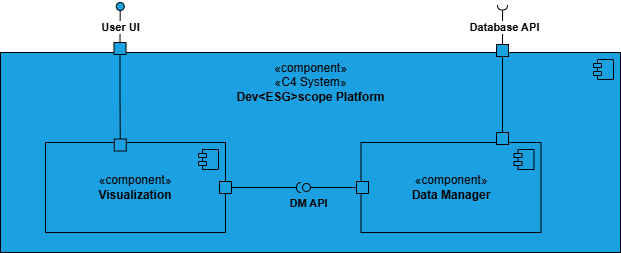
This is frontmatter/assets/diagrams/Logical View/Logical View Lv2.drawio.png from matilde-varela/ISEP-PESTI-Report-2025, a draw.io export, as it was before one commit. Source tidied: cells renumbered, new cells last; positions are measured from the earlier drawing's top-left corner, leaving out a move shared by most shapes. Source of this version:
```xml
<mxGraphModel>
  <root>
    <mxCell id="0" />
    <mxCell id="1" parent="0" />
    <mxCell id="2" style="html=1;whiteSpace=wrap;fillColor=#1ba1e2;fontColor=#ffffff;strokeColor=light-dark(#000000, #51afe7);" parent="1" vertex="1">
      <mxGeometry y="50" width="620" height="200" as="geometry" />
    </mxCell>
    <mxCell id="3" style="shape=module;jettyWidth=8;jettyHeight=4;fillColor=#1ba1e2;fontColor=#ffffff;strokeColor=#000000;" parent="2" vertex="1">
      <mxGeometry x="1" width="20" height="20" relative="1" as="geometry">
        <mxPoint x="-27" y="7" as="offset" />
      </mxGeometry>
    </mxCell>
    <mxCell id="4" value="«component»&lt;br&gt;«C4 System»&lt;br&gt;&lt;b&gt;Dev&amp;lt;ESG&amp;gt;scope Platform&lt;/b&gt;" style="text;align=center;verticalAlign=middle;strokeColor=none;fillColor=none;html=1;" parent="1" vertex="1">
      <mxGeometry x="225" y="50" width="170" height="60" as="geometry" />
    </mxCell>
    <mxCell id="5" style="group;fillColor=#1ba1e2;fontColor=#ffffff;strokeColor=none;" parent="1" vertex="1">
      <mxGeometry x="45" y="140" width="239" height="90" as="geometry" />
    </mxCell>
    <mxCell id="6" value="«component»&lt;br&gt;&lt;b&gt;Visualization&lt;/b&gt;" style="html=1;whiteSpace=wrap;fillColor=#1ba1e2;fontColor=light-dark(#000000, #121212);strokeColor=light-dark(#000000, #51afe7);" parent="5" vertex="1">
      <mxGeometry width="180" height="90" as="geometry" />
    </mxCell>
    <mxCell id="7" style="shape=module;jettyWidth=8;jettyHeight=4;fillColor=#1ba1e2;fontColor=light-dark(#000000, #121212);strokeColor=light-dark(#000000, #51afe7);" parent="6" vertex="1">
      <mxGeometry x="1" width="20" height="20" relative="1" as="geometry">
        <mxPoint x="-27" y="7" as="offset" />
      </mxGeometry>
    </mxCell>
    <mxCell id="8" style="fontStyle=0;labelPosition=right;verticalLabelPosition=middle;align=left;verticalAlign=middle;spacingLeft=2;direction=south;fillColor=#1ba1e2;fontColor=#000000;strokeColor=#000000;" parent="5" vertex="1">
      <mxGeometry x="174" y="39" width="12" height="12" as="geometry" />
    </mxCell>
    <mxCell id="9" style="html=1;rounded=0;strokeColor=light-dark(#000000, #51afe7);align=center;verticalAlign=middle;fontFamily=Helvetica;fontSize=12;fontColor=#ffffff;fillColor=#1ba1e2;" parent="5" vertex="1">
      <mxGeometry x="174" y="39" width="12" height="12" as="geometry" />
    </mxCell>
    <mxCell id="10" style="fontStyle=0;labelPosition=right;verticalLabelPosition=middle;align=left;verticalAlign=middle;spacingLeft=2;direction=south;fillColor=#1ba1e2;fontColor=#ffffff;strokeColor=light-dark(#000000, #51afe7);" parent="1" vertex="1">
      <mxGeometry x="113.5" y="40" width="12" height="12" as="geometry" />
    </mxCell>
    <mxCell id="11" style="fontStyle=0;labelPosition=right;verticalLabelPosition=middle;align=left;verticalAlign=middle;spacingLeft=2;direction=south;fillColor=#1ba1e2;fontColor=light-dark(#000000, #121212);strokeColor=#030303;" parent="1" vertex="1">
      <mxGeometry x="113.8" y="136.5" width="12" height="12" as="geometry" />
    </mxCell>
    <mxCell id="12" style="edgeStyle=orthogonalEdgeStyle;rounded=0;jettySize=auto;html=1;entryX=0;entryY=0.5;entryDx=0;entryDy=0;endArrow=none;startFill=0;" parent="1" edge="1" source="10" target="11">
      <mxGeometry relative="1" as="geometry" />
    </mxCell>
    <mxCell id="13" style="endArrow=none;html=1;rounded=0;align=center;verticalAlign=top;endFill=0;labelBackgroundColor=none;endSize=2;entryX=0;entryY=0.5;entryDx=0;entryDy=0;" parent="1" edge="1" source="15" target="10">
      <mxGeometry relative="1" as="geometry" />
    </mxCell>
    <mxCell id="14" value="&lt;b&gt;User UI&lt;/b&gt;" style="edgeLabel;html=1;align=center;verticalAlign=middle;" parent="13" vertex="1">
      <mxGeometry x="0.06" relative="1" as="geometry" />
    </mxCell>
    <mxCell id="15" style="ellipse;html=1;fontSize=11;align=center;fillColor=#1ba1e2;points=[];verticalAlign=bottom;labelPosition=center;verticalLabelPosition=top;flipH=1;rotation=-140;fontColor=#ffffff;strokeColor=default;perimeterSpacing=0;" parent="1" vertex="1">
      <mxGeometry x="115.8" width="8" height="8" as="geometry" />
    </mxCell>
    <mxCell id="16" style="group;fillColor=#1ba1e2;fontColor=light-dark(#000000, #121212);strokeColor=none;" parent="1" vertex="1">
      <mxGeometry x="356" y="140" width="184.5" height="90" as="geometry" />
    </mxCell>
    <mxCell id="17" value="«component»&lt;br&gt;&lt;b&gt;Data Manager&lt;/b&gt;" style="html=1;whiteSpace=wrap;fillColor=#1ba1e2;fontColor=light-dark(#000000, #121212);strokeColor=light-dark(#000000, #51afe7);" parent="16" vertex="1">
      <mxGeometry x="4.5" width="180" height="90" as="geometry" />
    </mxCell>
    <mxCell id="18" style="shape=module;jettyWidth=8;jettyHeight=4;fillColor=#1ba1e2;fontColor=#ffffff;strokeColor=light-dark(#000000, #51afe7);" parent="17" vertex="1">
      <mxGeometry x="1" width="20" height="20" relative="1" as="geometry">
        <mxPoint x="-27" y="7" as="offset" />
      </mxGeometry>
    </mxCell>
    <mxCell id="19" style="fontStyle=0;labelPosition=right;verticalLabelPosition=middle;align=left;verticalAlign=middle;spacingLeft=2;direction=south;fillColor=#1ba1e2;fontColor=#ffffff;strokeColor=light-dark(#000000, #51afe7);" parent="16" vertex="1">
      <mxGeometry x="140" y="-10" width="12" height="12" as="geometry" />
    </mxCell>
    <mxCell id="20" style="html=1;rounded=0;strokeColor=light-dark(#000000, #51afe7);align=center;verticalAlign=middle;fontFamily=Helvetica;fontSize=12;fontColor=#ffffff;fillColor=#1ba1e2;direction=west;flipV=1;flipH=1;" parent="16" vertex="1">
      <mxGeometry y="39" width="12" height="12" as="geometry" />
    </mxCell>
    <mxCell id="21" style="group;" parent="1" vertex="1">
      <mxGeometry x="496" y="2.5" width="12" height="51.5" as="geometry" />
    </mxCell>
    <mxCell id="22" style="fontStyle=0;labelPosition=right;verticalLabelPosition=middle;align=left;verticalAlign=middle;spacingLeft=2;direction=south;fillColor=#1ba1e2;fontColor=#ffffff;strokeColor=light-dark(#000000, #51afe7);" parent="21" vertex="1">
      <mxGeometry y="39.5" width="12" height="12" as="geometry" />
    </mxCell>
    <mxCell id="23" style="endArrow=none;html=1;rounded=0;align=center;verticalAlign=top;endFill=0;labelBackgroundColor=none;endSize=2;exitX=0;exitY=0.5;exitDx=0;exitDy=0;entryX=1.076;entryY=0.506;entryDx=0;entryDy=0;entryPerimeter=0;" parent="21" edge="1" source="22" target="25">
      <mxGeometry relative="1" as="geometry" />
    </mxCell>
    <mxCell id="24" value="&lt;b&gt;Database API&lt;/b&gt;" style="edgeLabel;html=1;align=center;verticalAlign=middle;" parent="23" vertex="1">
      <mxGeometry x="0.03" y="-1" relative="1" as="geometry" />
    </mxCell>
    <mxCell id="25" style="shape=requiredInterface;html=1;fontSize=11;align=center;fillColor=none;points=[];verticalAlign=bottom;labelPosition=center;verticalLabelPosition=top;flipH=1;rotation=-90;" parent="21" vertex="1">
      <mxGeometry x="3.5" y="-2.5" width="5" height="10" as="geometry" />
    </mxCell>
    <mxCell id="26" style="edgeStyle=orthogonalEdgeStyle;rounded=0;jettySize=auto;html=1;entryX=0;entryY=0.5;entryDx=0;entryDy=0;fontFamily=Helvetica;fontSize=12;fontColor=#ffffff;fontStyle=0;endArrow=none;startFill=0;" parent="1" edge="1" source="22" target="19">
      <mxGeometry relative="1" as="geometry" />
    </mxCell>
    <mxCell id="27" style="endArrow=none;html=1;rounded=0;align=center;verticalAlign=top;endFill=0;labelBackgroundColor=none;endSize=2;fontFamily=Helvetica;fontSize=12;fontColor=#ffffff;fontStyle=0;" parent="1" edge="1" source="20" target="29">
      <mxGeometry relative="1" as="geometry" />
    </mxCell>
    <mxCell id="28" value="&lt;span style=&quot;&quot;&gt;&lt;font style=&quot;color: rgb(0, 0, 0); font-size: 11px;&quot;&gt;&lt;b&gt;DM API&lt;/b&gt;&lt;/font&gt;&lt;/span&gt;" style="edgeLabel;html=1;align=center;verticalAlign=middle;strokeColor=light-dark(#000000, #51afe7);fontFamily=Helvetica;fontSize=12;fontColor=#ffffff;fillColor=#1ba1e2;labelBackgroundColor=none;" parent="27" vertex="1">
      <mxGeometry x="0.37" y="1" relative="1" as="geometry">
        <mxPoint x="-18" y="14" as="offset" />
      </mxGeometry>
    </mxCell>
    <mxCell id="29" style="ellipse;html=1;fontSize=11;align=center;fillColor=none;points=[];verticalAlign=bottom;labelPosition=center;verticalLabelPosition=top;flipH=1;strokeColor=light-dark(#000000, #51afe7);fontFamily=Helvetica;fontColor=#ffffff;flipV=1;" parent="1" vertex="1">
      <mxGeometry x="302" y="181" width="8" height="8" as="geometry" />
    </mxCell>
    <mxCell id="30" style="shape=requiredInterface;html=1;fontSize=11;align=center;fillColor=none;verticalAlign=bottom;labelPosition=center;verticalLabelPosition=top;flipH=1;strokeColor=light-dark(#000000, #51afe7);fontFamily=Helvetica;fontColor=#ffffff;" parent="1" vertex="1">
      <mxGeometry x="296" y="180" width="5" height="10" as="geometry" />
    </mxCell>
    <mxCell id="31" style="endArrow=none;html=1;rounded=0;align=center;verticalAlign=top;endFill=0;labelBackgroundColor=none;endSize=2;fontFamily=Helvetica;fontSize=12;fontColor=#ffffff;fontStyle=0;" parent="1" edge="1" source="9">
      <mxGeometry relative="1" as="geometry">
        <mxPoint x="296" y="185" as="targetPoint" />
      </mxGeometry>
    </mxCell>
  </root>
</mxGraphModel>
```
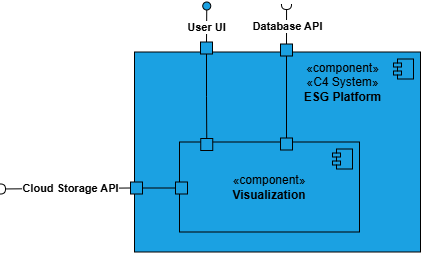
The same file after the commit.

Change to the diagram source:
```diff
@@ -3,17 +3,17 @@
     <mxCell id="0" />
     <mxCell id="1" parent="0" />
     <mxCell id="2" style="html=1;whiteSpace=wrap;fillColor=#1ba1e2;fontColor=#ffffff;strokeColor=light-dark(#000000, #51afe7);" parent="1" vertex="1">
-      <mxGeometry y="50" width="620" height="200" as="geometry" />
+      <mxGeometry y="50" width="286" height="200" as="geometry" />
     </mxCell>
     <mxCell id="3" style="shape=module;jettyWidth=8;jettyHeight=4;fillColor=#1ba1e2;fontColor=#ffffff;strokeColor=#000000;" parent="2" vertex="1">
       <mxGeometry x="1" width="20" height="20" relative="1" as="geometry">
         <mxPoint x="-27" y="7" as="offset" />
       </mxGeometry>
     </mxCell>
-    <mxCell id="4" value="«component»&lt;br&gt;«C4 System»&lt;br&gt;&lt;b&gt;Dev&amp;lt;ESG&amp;gt;scope Platform&lt;/b&gt;" style="text;align=center;verticalAlign=middle;strokeColor=none;fillColor=none;html=1;" parent="1" vertex="1">
-      <mxGeometry x="225" y="50" width="170" height="60" as="geometry" />
+    <mxCell id="4" value="«component»&lt;br&gt;«C4 System»&lt;br&gt;&lt;b&gt;ESG Platform&lt;/b&gt;" style="text;align=center;verticalAlign=middle;strokeColor=none;fillColor=none;html=1;" parent="1" vertex="1">
+      <mxGeometry x="158" y="50" width="100" height="60" as="geometry" />
     </mxCell>
-    <mxCell id="5" style="group;fillColor=#1ba1e2;fontColor=#ffffff;strokeColor=none;" parent="1" vertex="1">
+    <mxCell id="5" style="group;fillColor=none;fontColor=#ffffff;strokeColor=none;" parent="1" vertex="1">
       <mxGeometry x="45" y="140" width="239" height="90" as="geometry" />
     </mxCell>
     <mxCell id="6" value="«component»&lt;br&gt;&lt;b&gt;Visualization&lt;/b&gt;" style="html=1;whiteSpace=wrap;fillColor=#1ba1e2;fontColor=light-dark(#000000, #121212);strokeColor=light-dark(#000000, #51afe7);" parent="5" vertex="1">
@@ -24,83 +24,64 @@
         <mxPoint x="-27" y="7" as="offset" />
       </mxGeometry>
     </mxCell>
-    <mxCell id="8" style="fontStyle=0;labelPosition=right;verticalLabelPosition=middle;align=left;verticalAlign=middle;spacingLeft=2;direction=south;fillColor=#1ba1e2;fontColor=#000000;strokeColor=#000000;" parent="5" vertex="1">
-      <mxGeometry x="174" y="39" width="12" height="12" as="geometry" />
-    </mxCell>
-    <mxCell id="9" style="html=1;rounded=0;strokeColor=light-dark(#000000, #51afe7);align=center;verticalAlign=middle;fontFamily=Helvetica;fontSize=12;fontColor=#ffffff;fillColor=#1ba1e2;" parent="5" vertex="1">
-      <mxGeometry x="174" y="39" width="12" height="12" as="geometry" />
-    </mxCell>
-    <mxCell id="10" style="fontStyle=0;labelPosition=right;verticalLabelPosition=middle;align=left;verticalAlign=middle;spacingLeft=2;direction=south;fillColor=#1ba1e2;fontColor=#ffffff;strokeColor=light-dark(#000000, #51afe7);" parent="1" vertex="1">
-      <mxGeometry x="113.5" y="40" width="12" height="12" as="geometry" />
+    <mxCell id="10" style="fontStyle=0;labelPosition=right;verticalLabelPosition=middle;align=left;verticalAlign=middle;spacingLeft=2;direction=south;fillColor=#1ba1e2;fontColor=#ffffff;strokeColor=light-dark(#000000, #51afe7);" parent="5" vertex="1">
+      <mxGeometry x="21" y="-100" width="12" height="12" as="geometry" />
     </mxCell>
-    <mxCell id="11" style="fontStyle=0;labelPosition=right;verticalLabelPosition=middle;align=left;verticalAlign=middle;spacingLeft=2;direction=south;fillColor=#1ba1e2;fontColor=light-dark(#000000, #121212);strokeColor=#030303;" parent="1" vertex="1">
-      <mxGeometry x="113.8" y="136.5" width="12" height="12" as="geometry" />
+    <mxCell id="11" style="fontStyle=0;labelPosition=right;verticalLabelPosition=middle;align=left;verticalAlign=middle;spacingLeft=2;direction=south;fillColor=#1ba1e2;fontColor=light-dark(#000000, #121212);strokeColor=#030303;" parent="5" vertex="1">
+      <mxGeometry x="21.2" y="-3.5" width="12" height="12" as="geometry" />
     </mxCell>
-    <mxCell id="12" style="edgeStyle=orthogonalEdgeStyle;rounded=0;jettySize=auto;html=1;entryX=0;entryY=0.5;entryDx=0;entryDy=0;endArrow=none;startFill=0;" parent="1" edge="1" source="10" target="11">
+    <mxCell id="12" style="edgeStyle=orthogonalEdgeStyle;rounded=0;jettySize=auto;html=1;entryX=0;entryY=0.5;entryDx=0;entryDy=0;endArrow=none;startFill=0;" parent="5" edge="1" source="10" target="11">
       <mxGeometry relative="1" as="geometry" />
     </mxCell>
-    <mxCell id="13" style="endArrow=none;html=1;rounded=0;align=center;verticalAlign=top;endFill=0;labelBackgroundColor=none;endSize=2;entryX=0;entryY=0.5;entryDx=0;entryDy=0;" parent="1" edge="1" source="15" target="10">
+    <mxCell id="13" style="endArrow=none;html=1;rounded=0;align=center;verticalAlign=top;endFill=0;labelBackgroundColor=none;endSize=2;entryX=0;entryY=0.5;entryDx=0;entryDy=0;" parent="5" edge="1" source="15" target="10">
       <mxGeometry relative="1" as="geometry" />
     </mxCell>
     <mxCell id="14" value="&lt;b&gt;User UI&lt;/b&gt;" style="edgeLabel;html=1;align=center;verticalAlign=middle;" parent="13" vertex="1">
       <mxGeometry x="0.06" relative="1" as="geometry" />
     </mxCell>
-    <mxCell id="15" style="ellipse;html=1;fontSize=11;align=center;fillColor=#1ba1e2;points=[];verticalAlign=bottom;labelPosition=center;verticalLabelPosition=top;flipH=1;rotation=-140;fontColor=#ffffff;strokeColor=default;perimeterSpacing=0;" parent="1" vertex="1">
-      <mxGeometry x="115.8" width="8" height="8" as="geometry" />
+    <mxCell id="15" style="ellipse;html=1;fontSize=11;align=center;fillColor=#1ba1e2;points=[];verticalAlign=bottom;labelPosition=center;verticalLabelPosition=top;flipH=1;rotation=-140;fontColor=#ffffff;strokeColor=default;perimeterSpacing=0;" parent="5" vertex="1">
+      <mxGeometry x="23.2" y="-140" width="8" height="8" as="geometry" />
     </mxCell>
-    <mxCell id="16" style="group;fillColor=#1ba1e2;fontColor=light-dark(#000000, #121212);strokeColor=none;" parent="1" vertex="1">
-      <mxGeometry x="356" y="140" width="184.5" height="90" as="geometry" />
-    </mxCell>
-    <mxCell id="17" value="«component»&lt;br&gt;&lt;b&gt;Data Manager&lt;/b&gt;" style="html=1;whiteSpace=wrap;fillColor=#1ba1e2;fontColor=light-dark(#000000, #121212);strokeColor=light-dark(#000000, #51afe7);" parent="16" vertex="1">
-      <mxGeometry x="4.5" width="180" height="90" as="geometry" />
-    </mxCell>
-    <mxCell id="18" style="shape=module;jettyWidth=8;jettyHeight=4;fillColor=#1ba1e2;fontColor=#ffffff;strokeColor=light-dark(#000000, #51afe7);" parent="17" vertex="1">
-      <mxGeometry x="1" width="20" height="20" relative="1" as="geometry">
-        <mxPoint x="-27" y="7" as="offset" />
-      </mxGeometry>
-    </mxCell>
-    <mxCell id="19" style="fontStyle=0;labelPosition=right;verticalLabelPosition=middle;align=left;verticalAlign=middle;spacingLeft=2;direction=south;fillColor=#1ba1e2;fontColor=#ffffff;strokeColor=light-dark(#000000, #51afe7);" parent="16" vertex="1">
-      <mxGeometry x="140" y="-10" width="12" height="12" as="geometry" />
-    </mxCell>
-    <mxCell id="20" style="html=1;rounded=0;strokeColor=light-dark(#000000, #51afe7);align=center;verticalAlign=middle;fontFamily=Helvetica;fontSize=12;fontColor=#ffffff;fillColor=#1ba1e2;direction=west;flipV=1;flipH=1;" parent="16" vertex="1">
-      <mxGeometry y="39" width="12" height="12" as="geometry" />
-    </mxCell>
-    <mxCell id="21" style="group;" parent="1" vertex="1">
-      <mxGeometry x="496" y="2.5" width="12" height="51.5" as="geometry" />
-    </mxCell>
+    <mxCell id="32" style="html=1;rounded=0;strokeColor=light-dark(#000000, #51afe7);align=center;verticalAlign=middle;fontFamily=Helvetica;fontSize=12;fontColor=#ffffff;fillColor=#1ba1e2;" parent="5" vertex="1">
+      <mxGeometry x="-4" y="40" width="12" height="12" as="geometry" />
+    </mxCell>
+    <mxCell id="33" style="group;" parent="1" vertex="1">
+      <mxGeometry x="146" y="2.5" width="12" height="51.5" as="geometry" />
+    </mxCell>
-    <mxCell id="22" style="fontStyle=0;labelPosition=right;verticalLabelPosition=middle;align=left;verticalAlign=middle;spacingLeft=2;direction=south;fillColor=#1ba1e2;fontColor=#ffffff;strokeColor=light-dark(#000000, #51afe7);" parent="21" vertex="1">
+    <mxCell id="22" style="fontStyle=0;labelPosition=right;verticalLabelPosition=middle;align=left;verticalAlign=middle;spacingLeft=2;direction=south;fillColor=#1ba1e2;fontColor=#ffffff;strokeColor=light-dark(#000000, #51afe7);" parent="33" vertex="1">
       <mxGeometry y="39.5" width="12" height="12" as="geometry" />
     </mxCell>
+    <mxCell id="25" style="shape=requiredInterface;html=1;fontSize=11;align=center;fillColor=none;points=[];verticalAlign=bottom;labelPosition=center;verticalLabelPosition=top;flipH=1;rotation=-90;" parent="33" vertex="1">
+      <mxGeometry x="3.5" y="-2.5" width="5" height="10" as="geometry" />
+    </mxCell>
-    <mxCell id="23" style="endArrow=none;html=1;rounded=0;align=center;verticalAlign=top;endFill=0;labelBackgroundColor=none;endSize=2;exitX=0;exitY=0.5;exitDx=0;exitDy=0;entryX=1.076;entryY=0.506;entryDx=0;entryDy=0;entryPerimeter=0;" parent="21" edge="1" source="22" target="25">
+    <mxCell id="23" style="endArrow=none;html=1;rounded=0;align=center;verticalAlign=top;endFill=0;labelBackgroundColor=none;endSize=2;exitX=0;exitY=0.5;exitDx=0;exitDy=0;entryX=1.076;entryY=0.506;entryDx=0;entryDy=0;entryPerimeter=0;" parent="33" edge="1" source="22" target="25">
       <mxGeometry relative="1" as="geometry" />
     </mxCell>
     <mxCell id="24" value="&lt;b&gt;Database API&lt;/b&gt;" style="edgeLabel;html=1;align=center;verticalAlign=middle;" parent="23" vertex="1">
       <mxGeometry x="0.03" y="-1" relative="1" as="geometry" />
     </mxCell>
-    <mxCell id="25" style="shape=requiredInterface;html=1;fontSize=11;align=center;fillColor=none;points=[];verticalAlign=bottom;labelPosition=center;verticalLabelPosition=top;flipH=1;rotation=-90;" parent="21" vertex="1">
-      <mxGeometry x="3.5" y="-2.5" width="5" height="10" as="geometry" />
-    </mxCell>
-    <mxCell id="26" style="edgeStyle=orthogonalEdgeStyle;rounded=0;jettySize=auto;html=1;entryX=0;entryY=0.5;entryDx=0;entryDy=0;fontFamily=Helvetica;fontSize=12;fontColor=#ffffff;fontStyle=0;endArrow=none;startFill=0;" parent="1" edge="1" source="22" target="19">
-      <mxGeometry relative="1" as="geometry" />
-    </mxCell>
-    <mxCell id="27" style="endArrow=none;html=1;rounded=0;align=center;verticalAlign=top;endFill=0;labelBackgroundColor=none;endSize=2;fontFamily=Helvetica;fontSize=12;fontColor=#ffffff;fontStyle=0;" parent="1" edge="1" source="20" target="29">
-      <mxGeometry relative="1" as="geometry" />
-    </mxCell>
-    <mxCell id="28" value="&lt;span style=&quot;&quot;&gt;&lt;font style=&quot;color: rgb(0, 0, 0); font-size: 11px;&quot;&gt;&lt;b&gt;DM API&lt;/b&gt;&lt;/font&gt;&lt;/span&gt;" style="edgeLabel;html=1;align=center;verticalAlign=middle;strokeColor=light-dark(#000000, #51afe7);fontFamily=Helvetica;fontSize=12;fontColor=#ffffff;fillColor=#1ba1e2;labelBackgroundColor=none;" parent="27" vertex="1">
-      <mxGeometry x="0.37" y="1" relative="1" as="geometry">
-        <mxPoint x="-18" y="14" as="offset" />
-      </mxGeometry>
-    </mxCell>
-    <mxCell id="29" style="ellipse;html=1;fontSize=11;align=center;fillColor=none;points=[];verticalAlign=bottom;labelPosition=center;verticalLabelPosition=top;flipH=1;strokeColor=light-dark(#000000, #51afe7);fontFamily=Helvetica;fontColor=#ffffff;flipV=1;" parent="1" vertex="1">
-      <mxGeometry x="302" y="181" width="8" height="8" as="geometry" />
-    </mxCell>
-    <mxCell id="30" style="shape=requiredInterface;html=1;fontSize=11;align=center;fillColor=none;verticalAlign=bottom;labelPosition=center;verticalLabelPosition=top;flipH=1;strokeColor=light-dark(#000000, #51afe7);fontFamily=Helvetica;fontColor=#ffffff;" parent="1" vertex="1">
-      <mxGeometry x="296" y="180" width="5" height="10" as="geometry" />
-    </mxCell>
-    <mxCell id="31" style="endArrow=none;html=1;rounded=0;align=center;verticalAlign=top;endFill=0;labelBackgroundColor=none;endSize=2;fontFamily=Helvetica;fontSize=12;fontColor=#ffffff;fontStyle=0;" parent="1" edge="1" source="9">
-      <mxGeometry relative="1" as="geometry">
-        <mxPoint x="296" y="185" as="targetPoint" />
-      </mxGeometry>
-    </mxCell>
+    <mxCell id="34" style="edgeStyle=orthogonalEdgeStyle;rounded=0;jettySize=auto;html=1;exitX=1;exitY=0.5;exitDx=0;exitDy=0;entryX=0;entryY=0.5;entryDx=0;entryDy=0;endArrow=none;startFill=0;" parent="1" edge="1" source="35" target="32">
+      <mxGeometry relative="1" as="geometry" />
+    </mxCell>
+    <mxCell id="35" style="fontStyle=0;labelPosition=right;verticalLabelPosition=middle;align=left;verticalAlign=middle;spacingLeft=2;direction=south;fillColor=#1ba1e2;fontColor=#ffffff;strokeColor=light-dark(#000000, #51afe7);rotation=-90;" parent="1" vertex="1">
+      <mxGeometry x="-4" y="180" width="12" height="12" as="geometry" />
+    </mxCell>
+    <mxCell id="36" style="shape=requiredInterface;html=1;fontSize=11;align=center;fillColor=none;points=[];verticalAlign=bottom;labelPosition=center;verticalLabelPosition=top;flipH=1;rotation=-180;" parent="1" vertex="1">
+      <mxGeometry x="-134" y="182" width="5" height="10" as="geometry" />
+    </mxCell>
+    <mxCell id="37" style="endArrow=none;html=1;rounded=0;align=center;verticalAlign=top;endFill=0;labelBackgroundColor=none;endSize=2;exitX=0;exitY=0.5;exitDx=0;exitDy=0;entryX=1.076;entryY=0.506;entryDx=0;entryDy=0;entryPerimeter=0;" parent="1" edge="1" source="35" target="36">
+      <mxGeometry relative="1" as="geometry" />
+    </mxCell>
+    <mxCell id="38" value="&lt;b&gt;Cloud Storage API&lt;/b&gt;" style="edgeLabel;html=1;align=center;verticalAlign=middle;rotation=0;" parent="37" vertex="1">
+      <mxGeometry x="0.03" y="-1" relative="1" as="geometry">
+        <mxPoint x="4" y="1" as="offset" />
+      </mxGeometry>
+    </mxCell>
+    <mxCell id="39" style="html=1;rounded=0;strokeColor=light-dark(#000000, #51afe7);align=center;verticalAlign=middle;fontFamily=Helvetica;fontSize=12;fontColor=#ffffff;fillColor=#1ba1e2;" parent="1" vertex="1">
+      <mxGeometry x="146" y="136" width="12" height="12" as="geometry" />
+    </mxCell>
+    <mxCell id="40" style="edgeStyle=orthogonalEdgeStyle;rounded=0;jettySize=auto;html=1;exitX=1;exitY=0.5;exitDx=0;exitDy=0;entryX=0.5;entryY=0;entryDx=0;entryDy=0;endArrow=none;startFill=0;" parent="1" edge="1" source="22" target="39">
+      <mxGeometry relative="1" as="geometry" />
+    </mxCell>
   </root>
 </mxGraphModel>
```
